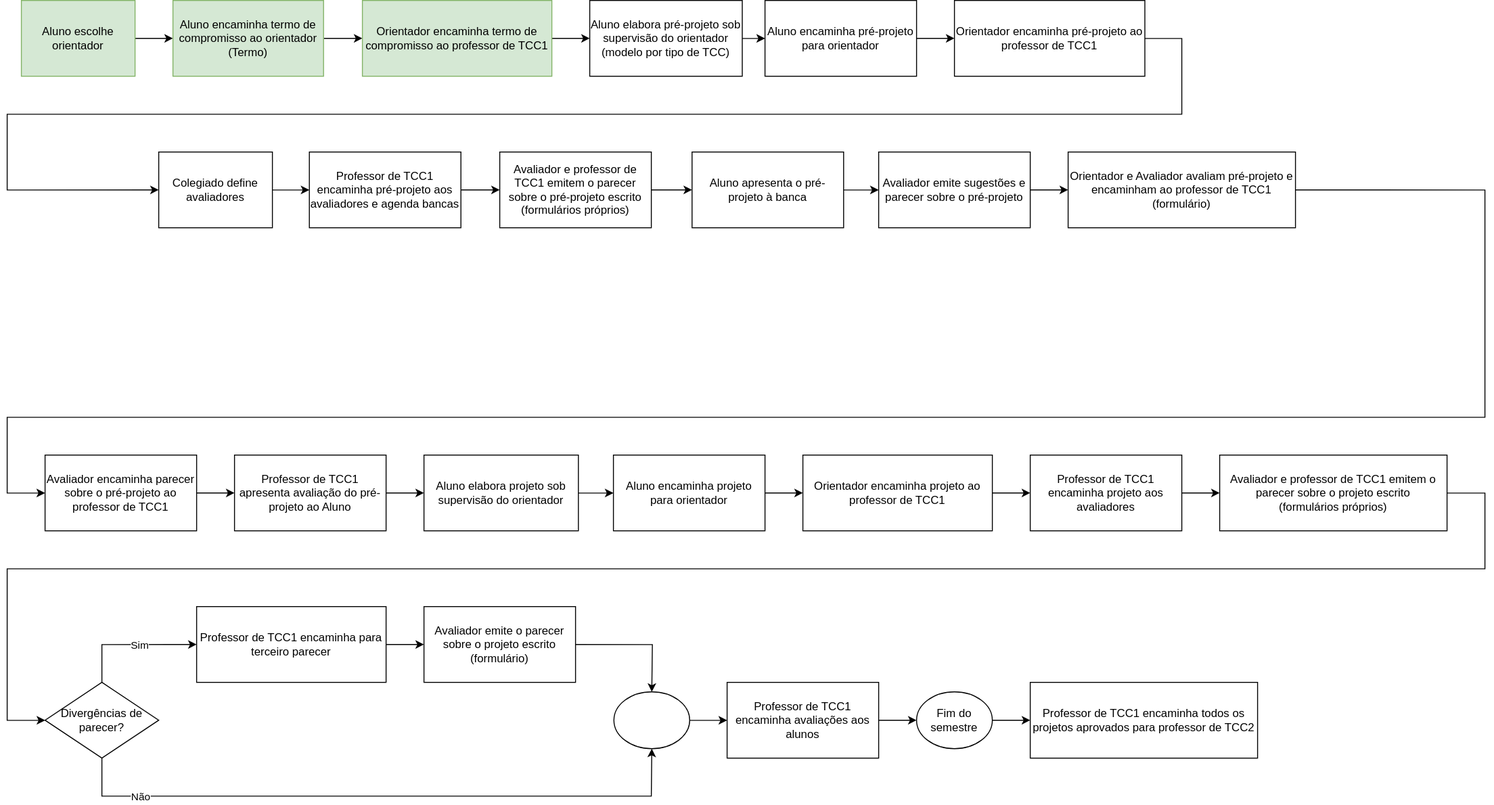
This is _BCC/Cronogramas/cronogramaFluxograma.drawio.svg from dalton-reis/disciplina_TCC1_Privado, a draw.io export, as it was before one commit. Source tidied: cells renumbered, new cells last; positions are measured from the earlier drawing's top-left corner, leaving out a move shared by most shapes.
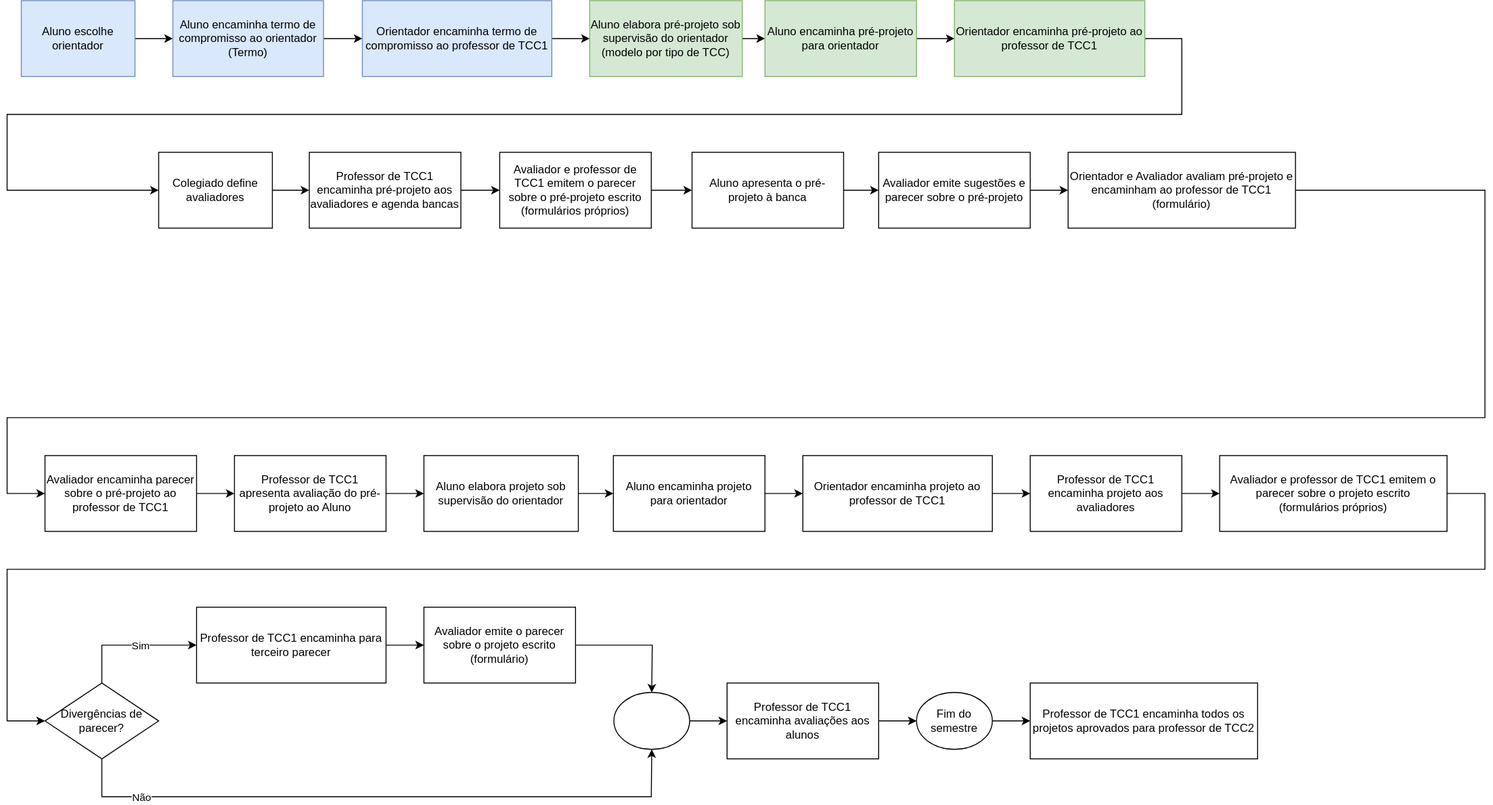
The same file after the commit.

The edit, as a diff of the source:
```diff
@@ -5,31 +5,31 @@
     <mxCell id="2" style="edgeStyle=orthogonalEdgeStyle;rounded=0;jettySize=auto;html=1;fontColor=#000000;" parent="1" edge="1" source="3" target="5">
       <mxGeometry relative="1" as="geometry" />
     </mxCell>
-    <mxCell id="3" value="Aluno escolhe orientador" style="whiteSpace=wrap;html=1;fillColor=#d5e8d4;strokeColor=#82b366;" parent="1" vertex="1">
+    <mxCell id="3" value="Aluno escolhe orientador" style="whiteSpace=wrap;html=1;fillColor=#dae8fc;strokeColor=#6c8ebf;" parent="1" vertex="1">
       <mxGeometry x="15" width="120" height="80" as="geometry" />
     </mxCell>
     <mxCell id="4" style="edgeStyle=orthogonalEdgeStyle;rounded=0;jettySize=auto;html=1;fontColor=#000000;" parent="1" edge="1" source="5" target="7">
       <mxGeometry relative="1" as="geometry" />
     </mxCell>
-    <mxCell id="5" value="Aluno encaminha termo de compromisso ao orientador&lt;br&gt;(Termo)" style="whiteSpace=wrap;html=1;fillColor=#d5e8d4;strokeColor=#82b366;" parent="1" vertex="1">
+    <mxCell id="5" value="Aluno encaminha termo de compromisso ao orientador&lt;br&gt;(Termo)" style="whiteSpace=wrap;html=1;fillColor=#dae8fc;strokeColor=#6c8ebf;" parent="1" vertex="1">
       <mxGeometry x="175" width="159" height="80" as="geometry" />
     </mxCell>
     <mxCell id="6" style="edgeStyle=orthogonalEdgeStyle;rounded=0;jettySize=auto;html=1;fontColor=#000000;" parent="1" edge="1" source="7" target="9">
       <mxGeometry relative="1" as="geometry" />
     </mxCell>
-    <mxCell id="7" value="Orientador encaminha termo de compromisso ao professor de TCC1" style="whiteSpace=wrap;html=1;fillColor=#d5e8d4;strokeColor=#82b366;" parent="1" vertex="1">
+    <mxCell id="7" value="Orientador encaminha termo de compromisso ao professor de TCC1" style="whiteSpace=wrap;html=1;fillColor=#dae8fc;strokeColor=#6c8ebf;" parent="1" vertex="1">
       <mxGeometry x="375" width="200" height="80" as="geometry" />
     </mxCell>
     <mxCell id="8" style="edgeStyle=orthogonalEdgeStyle;rounded=0;jettySize=auto;html=1;fontColor=#000000;" parent="1" edge="1" source="9" target="11">
       <mxGeometry relative="1" as="geometry" />
     </mxCell>
-    <mxCell id="9" value="Aluno elabora pré-projeto sob supervisão do orientador&lt;br&gt;(modelo por tipo de TCC)" style="whiteSpace=wrap;html=1;" parent="1" vertex="1">
+    <mxCell id="9" value="Aluno elabora pré-projeto sob supervisão do orientador&lt;br&gt;(modelo por tipo de TCC)" style="whiteSpace=wrap;html=1;fillColor=#d5e8d4;strokeColor=#82b366;" parent="1" vertex="1">
       <mxGeometry x="615" width="161" height="80" as="geometry" />
     </mxCell>
     <mxCell id="10" style="edgeStyle=orthogonalEdgeStyle;rounded=0;jettySize=auto;html=1;fontColor=#000000;" parent="1" edge="1" source="11" target="13">
       <mxGeometry relative="1" as="geometry" />
     </mxCell>
-    <mxCell id="11" value="Aluno encaminha pré-projeto para orientador" style="whiteSpace=wrap;html=1;" parent="1" vertex="1">
+    <mxCell id="11" value="Aluno encaminha pré-projeto para orientador" style="whiteSpace=wrap;html=1;fillColor=#d5e8d4;strokeColor=#82b366;" parent="1" vertex="1">
       <mxGeometry x="800" width="160" height="80" as="geometry" />
     </mxCell>
     <mxCell id="12" style="edgeStyle=orthogonalEdgeStyle;rounded=0;jettySize=auto;html=1;fontColor=#000000;entryX=0;entryY=0.5;entryDx=0;entryDy=0;" parent="1" edge="1" source="13" target="15">
@@ -42,7 +42,7 @@
         </Array>
       </mxGeometry>
     </mxCell>
-    <mxCell id="13" value="Orientador encaminha pré-projeto ao professor de TCC1" style="whiteSpace=wrap;html=1;" parent="1" vertex="1">
+    <mxCell id="13" value="Orientador encaminha pré-projeto ao professor de TCC1" style="whiteSpace=wrap;html=1;fillColor=#d5e8d4;strokeColor=#82b366;" parent="1" vertex="1">
       <mxGeometry x="1000" width="201" height="80" as="geometry" />
     </mxCell>
     <mxCell id="14" style="edgeStyle=orthogonalEdgeStyle;rounded=0;jettySize=auto;html=1;fontColor=#000000;" parent="1" edge="1" source="15" target="18">
```
